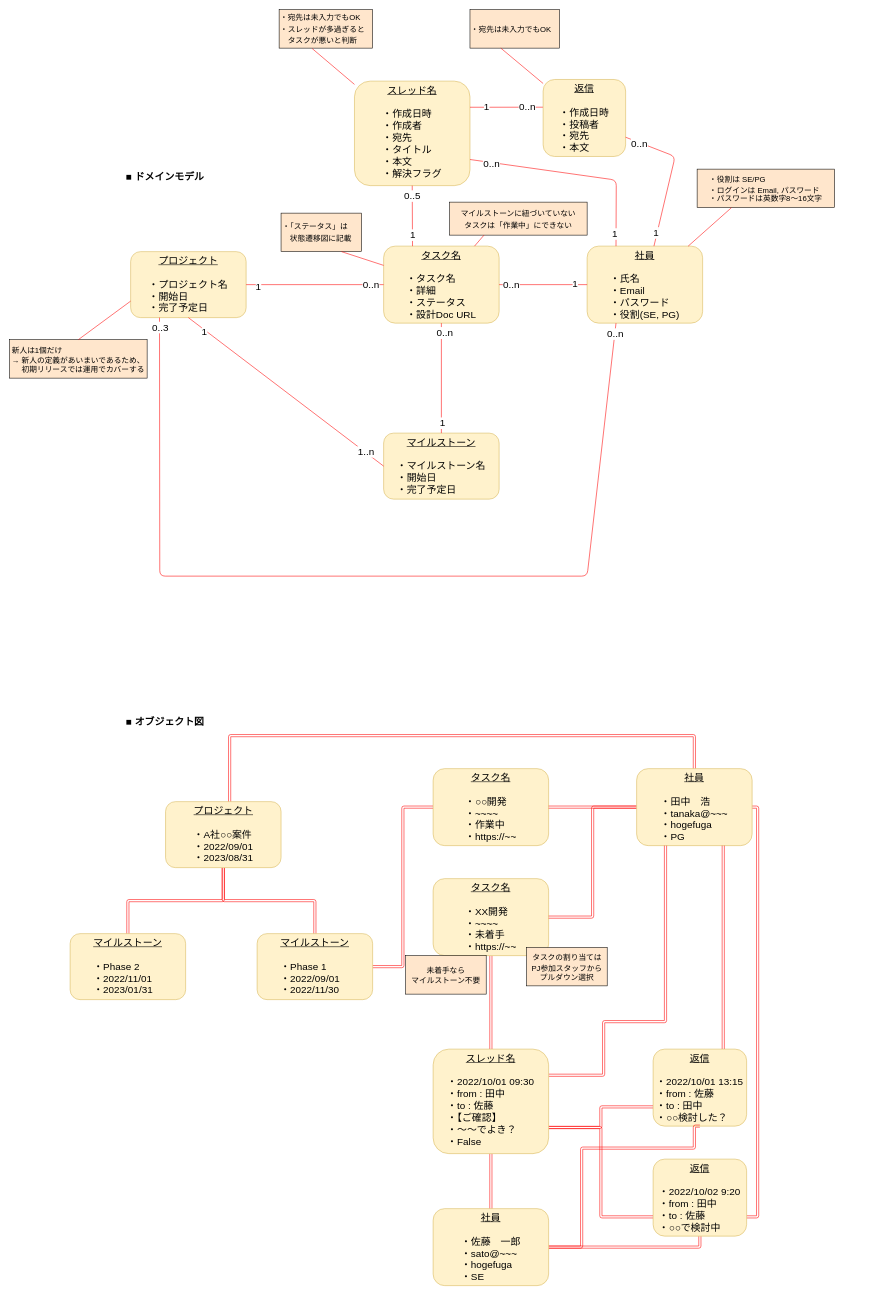
Above: 29_domain_diagram.drawio in EijiToriki/desigin_practice (draw.io), before the change. Source tidied: cells renumbered, new cells numbered last; positions are measured from the earlier drawing's top-left corner, leaving out a move shared by most shapes. Both pictures are drawn from the tidied source at 55%, with x=0, y=0 at pixel (9, 9).
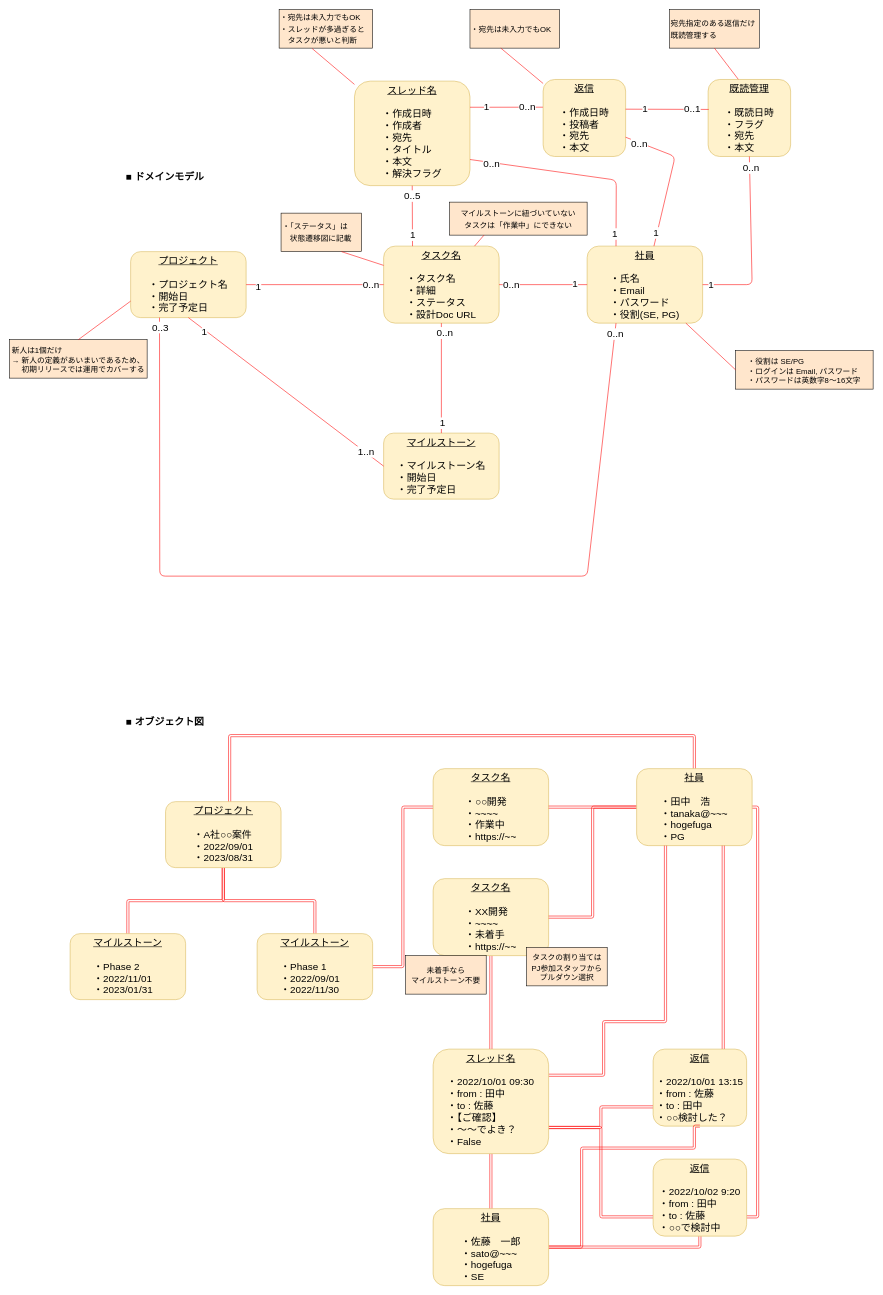
Above is the later version.

Commit message (it also covers changes not shown here):
基本設計：画面設計

Unchanged cells that the change refers to:
```xml
<mxCell id="19" value="&lt;u&gt;社員&lt;/u&gt;&lt;br&gt;&lt;br&gt;&lt;div style=&quot;text-align: left;&quot;&gt;&lt;span style=&quot;background-color: initial;&quot;&gt;・氏名&lt;/span&gt;&lt;/div&gt;&lt;div style=&quot;text-align: left;&quot;&gt;&lt;span style=&quot;background-color: initial;&quot;&gt;・Email&lt;/span&gt;&lt;/div&gt;&lt;div style=&quot;text-align: left;&quot;&gt;&lt;span style=&quot;background-color: initial;&quot;&gt;・パスワード&lt;/span&gt;&lt;/div&gt;&lt;div style=&quot;text-align: left;&quot;&gt;&lt;span style=&quot;background-color: initial;&quot;&gt;・役割(SE, PG)&lt;/span&gt;&lt;/div&gt;" style="rounded=1;whiteSpace=wrap;html=1;fontSize=18;verticalAlign=top;fillColor=#fff2cc;strokeColor=#d6b656;" parent="1" vertex="1">
  <mxGeometry x="1050" y="430" width="210" height="140" as="geometry" />
</mxCell>
```

Change to the diagram source:
```diff
@@
     <mxCell id="20" value="&lt;div style=&quot;text-align: left;&quot;&gt;&lt;span style=&quot;font-size: 14px; background-color: initial;&quot;&gt;・役割は SE/PG&lt;/span&gt;&lt;/div&gt;&lt;span style=&quot;font-size: 14px;&quot;&gt;&lt;div style=&quot;text-align: left;&quot;&gt;&lt;span style=&quot;background-color: initial;&quot;&gt;・ログインは Email, パスワード&lt;/span&gt;&lt;/div&gt;&lt;div style=&quot;text-align: left;&quot;&gt;&lt;span style=&quot;background-color: initial;&quot;&gt;・パスワードは英数字8～16文字&lt;/span&gt;&lt;/div&gt;&lt;/span&gt;" style="rounded=0;whiteSpace=wrap;html=1;fontSize=18;fillColor=#FFE6CC;" parent="1" vertex="1">
-      <mxGeometry x="1250" y="290" width="250" height="70" as="geometry" />
+      <mxGeometry x="1320" y="620" width="250" height="70" as="geometry" />
     </mxCell>
-    <mxCell id="21" style="endArrow=none;html=1;fontSize=18;exitX=0.25;exitY=1;exitDx=0;exitDy=0;strokeColor=#FF0000;" parent="1" edge="1" source="20" target="19">
+    <mxCell id="21" style="endArrow=none;html=1;fontSize=18;exitX=0;exitY=0.5;exitDx=0;exitDy=0;strokeColor=#FF0000;" parent="1" edge="1" source="20" target="19">
       <mxGeometry relative="1" as="geometry" />
     </mxCell>
@@
+    <mxCell id="77" value="&lt;u&gt;既読管理&lt;/u&gt;&lt;br&gt;&lt;br&gt;&lt;div style=&quot;text-align: left;&quot;&gt;&lt;span style=&quot;background-color: initial;&quot;&gt;・既読日時&lt;/span&gt;&lt;/div&gt;&lt;div style=&quot;text-align: left;&quot;&gt;&lt;span style=&quot;background-color: initial;&quot;&gt;・フラグ&lt;/span&gt;&lt;/div&gt;&lt;div style=&quot;text-align: left;&quot;&gt;&lt;span style=&quot;background-color: initial;&quot;&gt;・宛先&lt;/span&gt;&lt;/div&gt;&lt;div style=&quot;text-align: left;&quot;&gt;&lt;span style=&quot;background-color: initial;&quot;&gt;・本文&lt;/span&gt;&lt;/div&gt;" style="rounded=1;whiteSpace=wrap;html=1;fontSize=18;verticalAlign=top;fillColor=#fff2cc;strokeColor=#d6b656;" parent="1" vertex="1">
+      <mxGeometry x="1270" y="127" width="150" height="140" as="geometry" />
+    </mxCell>
+    <mxCell id="78" style="endArrow=none;html=1;fontSize=18;strokeColor=#FF0000;entryX=0.007;entryY=0.389;entryDx=0;entryDy=0;entryPerimeter=0;" parent="1" edge="1" target="77">
+      <mxGeometry relative="1" as="geometry">
+        <mxPoint x="1120" y="181" as="sourcePoint" />
+      </mxGeometry>
+    </mxCell>
+    <mxCell id="79" value="1" style="edgeLabel;html=1;align=center;verticalAlign=middle;fontSize=18;" parent="78" vertex="1">
+      <mxGeometry x="-0.55" y="1" relative="1" as="geometry" />
+    </mxCell>
+    <mxCell id="80" value="0..1" style="edgeLabel;html=1;align=center;verticalAlign=middle;fontSize=18;" parent="78" vertex="1">
+      <mxGeometry x="0.57" y="1" relative="1" as="geometry">
+        <mxPoint x="1" as="offset" />
+      </mxGeometry>
+    </mxCell>
+    <mxCell id="81" value="&lt;span style=&quot;font-size: 14px;&quot;&gt;宛先指定のある返信だけ&lt;br&gt;既読管理する&lt;br&gt;&lt;/span&gt;" style="rounded=0;whiteSpace=wrap;html=1;fontSize=18;fillColor=#FFE6CC;align=left;" parent="1" vertex="1">
+      <mxGeometry x="1200" width="163" height="70" as="geometry" />
+    </mxCell>
+    <mxCell id="82" style="endArrow=none;html=1;fontSize=18;exitX=0.5;exitY=1;exitDx=0;exitDy=0;strokeColor=#FF0000;entryX=0.365;entryY=-0.003;entryDx=0;entryDy=0;entryPerimeter=0;" parent="1" edge="1" source="81" target="77">
+      <mxGeometry relative="1" as="geometry" />
+    </mxCell>
+    <mxCell id="83" style="endArrow=none;html=1;fontSize=18;exitX=1;exitY=0.5;exitDx=0;exitDy=0;strokeColor=#FF0000;entryX=0.5;entryY=1;entryDx=0;entryDy=0;" parent="1" edge="1" source="19" target="77">
+      <mxGeometry relative="1" as="geometry">
+        <Array as="points">
+          <mxPoint x="1350" y="500" />
+        </Array>
+      </mxGeometry>
+    </mxCell>
+    <mxCell id="84" value="&lt;span style=&quot;font-size: 18px;&quot;&gt;0..n&lt;/span&gt;" style="edgeLabel;html=1;align=center;verticalAlign=middle;fontSize=14;" parent="1" vertex="1">
+      <mxGeometry x="940" y="509" as="geometry">
+        <mxPoint x="407" y="-222" as="offset" />
+      </mxGeometry>
+    </mxCell>
+    <mxCell id="85" value="1" style="edgeLabel;html=1;align=center;verticalAlign=middle;fontSize=18;" parent="1" vertex="1">
+      <mxGeometry x="1110" y="505" as="geometry">
+        <mxPoint x="164" y="-5" as="offset" />
+      </mxGeometry>
+    </mxCell>
```
